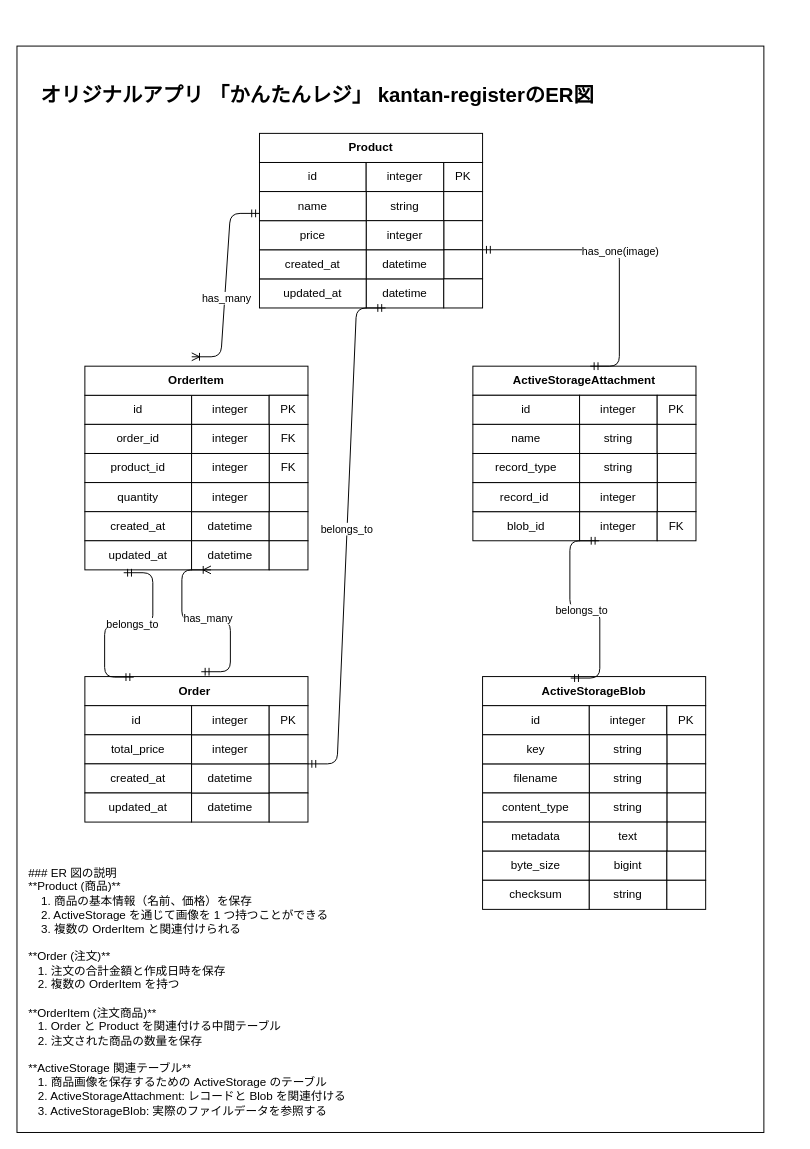
The draw.io diagram kantan-register-er-diagram.dio in Ykuroyy/kantan-register, before the edit. Source tidied: cells renumbered, new cells numbered last; positions are measured from the earlier drawing's top-left corner, leaving out a move shared by most shapes. Both pictures are drawn from the tidied source at 97%, with x=0, y=0 at pixel (-3, 46).
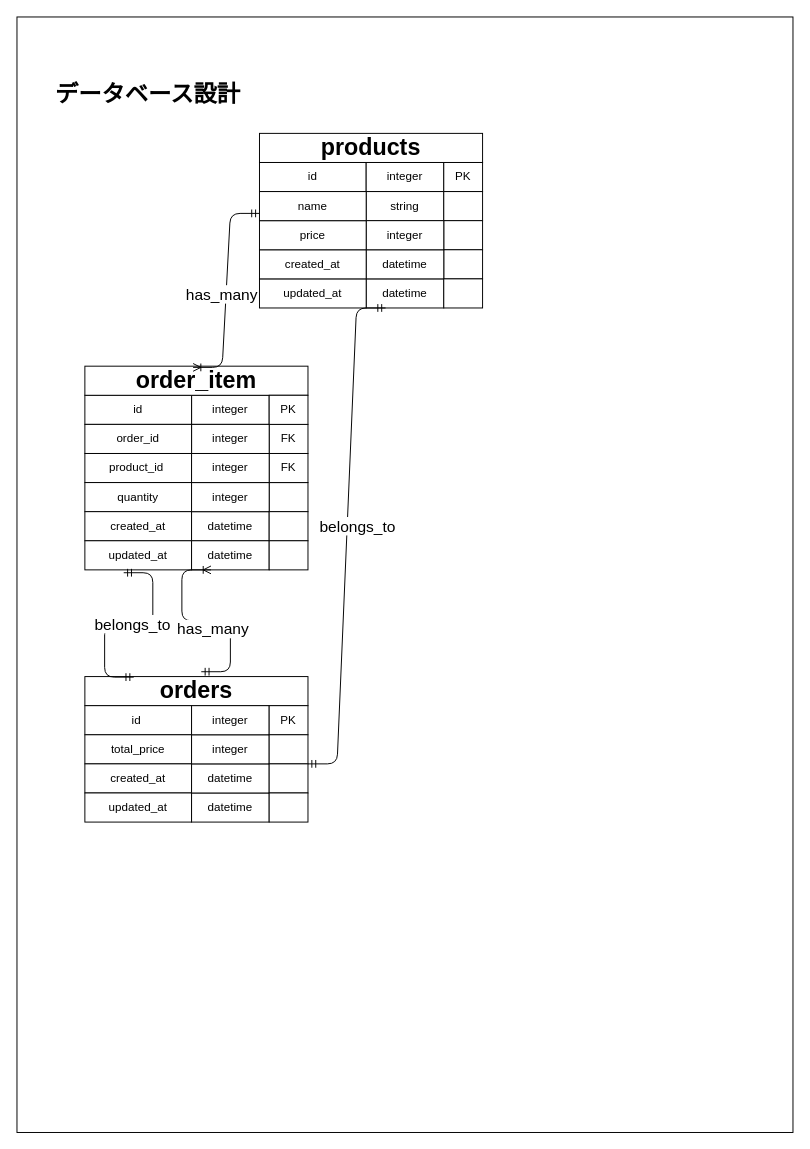
The same page after the edit.

The change refers to these unchanged cells:
```xml
<mxCell id="11" style="whiteSpace=wrap;html=1;align=center;direction=south;" parent="1" vertex="1">
  <mxGeometry x="460" y="180" width="40" height="30" as="geometry" />
</mxCell>
<mxCell id="20" value="name" style="whiteSpace=wrap;html=1;align=center;direction=south;" parent="1" vertex="1">
  <mxGeometry x="270" y="150" width="110" height="30" as="geometry" />
</mxCell>
<mxCell id="93" style="edgeStyle=entityRelationEdgeStyle;fontSize=12;html=1;endArrow=ERoneToMany;startArrow=ERmandOne;entryX=1;entryY=0.75;entryDx=0;entryDy=0;" parent="1" edge="1" target="82">
  <mxGeometry relative="1" as="geometry">
    <mxPoint x="210" y="645" as="sourcePoint" />
    <Array as="points">
      <mxPoint x="210" y="620" />
      <mxPoint x="200" y="620" />
    </Array>
  </mxGeometry>
</mxCell>
<mxCell id="99" style="edgeStyle=entityRelationEdgeStyle;fontSize=12;html=1;endArrow=ERmandOne;startArrow=ERmandOne;exitX=0.019;exitY=0.781;exitDx=0;exitDy=0;exitPerimeter=0;entryX=1.098;entryY=0.636;entryDx=0;entryDy=0;entryPerimeter=0;" parent="1" edge="1" source="50" target="81">
  <mxGeometry relative="1" as="geometry">
    <Array as="points">
      <mxPoint x="400" y="668" />
      <mxPoint x="30" y="698" />
    </Array>
  </mxGeometry>
</mxCell>
<mxCell id="101" style="edgeStyle=entityRelationEdgeStyle;fontSize=12;html=1;endArrow=ERmandOne;startArrow=ERmandOne;exitX=1;exitY=0;exitDx=0;exitDy=0;entryX=1;entryY=0.75;entryDx=0;entryDy=0;" parent="1" edge="1" source="60" target="13">
  <mxGeometry relative="1" as="geometry">
    <Array as="points">
      <mxPoint x="410" y="678" />
      <mxPoint x="380" y="550" />
      <mxPoint x="50" y="440" />
      <mxPoint x="70" y="690" />
      <mxPoint x="40" y="708" />
      <mxPoint x="40" y="553" />
    </Array>
  </mxGeometry>
</mxCell>
```

What changed in the source:
```diff
@@
     <mxCell id="2" style="rounded=0;whiteSpace=wrap;html=1;" parent="1" vertex="1">
-      <mxGeometry x="20" width="770" height="1120" as="geometry" />
+      <mxGeometry x="20" y="-30" width="800" height="1150" as="geometry" />
     </mxCell>
-    <mxCell id="3" value="&lt;b&gt;&lt;font style=&quot;font-size: 21px;&quot;&gt;オリジナルアプリ 「かんたんレジ」 kantan-registerのER図&lt;/font&gt;&lt;/b&gt;" style="rounded=0;whiteSpace=wrap;html=1;strokeColor=none;" parent="1" vertex="1">
-      <mxGeometry x="40" y="20" width="580" height="60" as="geometry" />
+    <mxCell id="3" value="&lt;b&gt;&lt;font&gt;データベース設計&lt;/font&gt;&lt;/b&gt;" style="rounded=0;whiteSpace=wrap;html=1;strokeColor=none;fontSize=24;" parent="1" vertex="1">
+      <mxGeometry x="40" y="20" width="230" height="60" as="geometry" />
     </mxCell>
@@
-    <mxCell id="5" value="Product" style="whiteSpace=wrap;html=1;align=center;direction=south;fontStyle=1;" parent="1" vertex="1">
+    <mxCell id="5" value="products" style="whiteSpace=wrap;html=1;align=center;direction=south;fontStyle=1;fontSize=24;" parent="1" vertex="1">
       <mxGeometry x="270" y="90" width="230" height="30" as="geometry" />
     </mxCell>
@@
-    <mxCell id="21" value="ActiveStorageAttachment" style="whiteSpace=wrap;html=1;align=center;direction=south;fontStyle=1;" parent="1" vertex="1">
-      <mxGeometry x="490" y="330" width="230" height="30" as="geometry" />
-    </mxCell>
-    <mxCell id="22" value="id" style="whiteSpace=wrap;html=1;align=center;direction=south;" parent="1" vertex="1">
-      <mxGeometry x="490" y="360" width="110" height="30" as="geometry" />
-    </mxCell>
-    <mxCell id="23" value="integer" style="whiteSpace=wrap;html=1;align=center;direction=south;" parent="1" vertex="1">
-      <mxGeometry x="600" y="360" width="80" height="30" as="geometry" />
-    </mxCell>
-    <mxCell id="24" value="PK" style="whiteSpace=wrap;html=1;align=center;direction=south;" parent="1" vertex="1">
-      <mxGeometry x="680" y="360" width="40" height="30" as="geometry" />
-    </mxCell>
-    <mxCell id="25" value="string" style="whiteSpace=wrap;html=1;align=center;direction=south;" parent="1" vertex="1">
-      <mxGeometry x="600" y="390" width="80" height="30" as="geometry" />
-    </mxCell>
-    <mxCell id="26" style="whiteSpace=wrap;html=1;align=center;direction=south;" parent="1" vertex="1">
-      <mxGeometry x="680" y="390" width="40" height="30" as="geometry" />
-    </mxCell>
-    <mxCell id="27" style="whiteSpace=wrap;html=1;align=center;direction=south;" parent="1" vertex="1">
-      <mxGeometry x="680" y="420" width="40" height="30" as="geometry" />
-    </mxCell>
-    <mxCell id="28" style="whiteSpace=wrap;html=1;align=center;direction=south;" parent="1" vertex="1">
-      <mxGeometry x="680" y="450" width="40" height="30" as="geometry" />
-    </mxCell>
-    <mxCell id="29" value="integer" style="whiteSpace=wrap;html=1;align=center;direction=south;" parent="1" vertex="1">
-      <mxGeometry x="600" y="480" width="80" height="30" as="geometry" />
-    </mxCell>
-    <mxCell id="30" value="integer" style="whiteSpace=wrap;html=1;align=center;direction=south;" parent="1" vertex="1">
-      <mxGeometry x="600" y="450" width="80" height="30" as="geometry" />
-    </mxCell>
-    <mxCell id="31" value="string" style="whiteSpace=wrap;html=1;align=center;direction=south;" parent="1" vertex="1">
-      <mxGeometry x="600" y="420" width="80" height="30" as="geometry" />
-    </mxCell>
-    <mxCell id="32" value="blob_id" style="whiteSpace=wrap;html=1;align=center;direction=south;" parent="1" vertex="1">
-      <mxGeometry x="490" y="480" width="110" height="30" as="geometry" />
-    </mxCell>
-    <mxCell id="33" value="record_id&amp;nbsp;" style="whiteSpace=wrap;html=1;align=center;direction=south;" parent="1" vertex="1">
-      <mxGeometry x="490" y="450" width="110" height="30" as="geometry" />
-    </mxCell>
-    <mxCell id="34" value="record_type" style="whiteSpace=wrap;html=1;align=center;direction=south;" parent="1" vertex="1">
-      <mxGeometry x="490" y="420" width="110" height="30" as="geometry" />
-    </mxCell>
-    <mxCell id="35" value="name" style="whiteSpace=wrap;html=1;align=center;direction=south;" parent="1" vertex="1">
-      <mxGeometry x="490" y="390" width="110" height="30" as="geometry" />
-    </mxCell>
@@
-    <mxCell id="38" value="OrderItem" style="whiteSpace=wrap;html=1;align=center;direction=south;fontStyle=1;" parent="1" vertex="1">
+    <mxCell id="38" value="order_item" style="whiteSpace=wrap;html=1;align=center;direction=south;fontStyle=1;fontSize=24;" parent="1" vertex="1">
       <mxGeometry x="90" y="330" width="230" height="30" as="geometry" />
     </mxCell>
@@
-    <mxCell id="43" value="product_id" style="whiteSpace=wrap;html=1;align=center;direction=south;" parent="1" vertex="1">
+    <mxCell id="43" value="product_id&amp;nbsp;" style="whiteSpace=wrap;html=1;align=center;direction=south;" parent="1" vertex="1">
       <mxGeometry x="90" y="420" width="110" height="30" as="geometry" />
     </mxCell>
@@
-    <mxCell id="50" value="Order&amp;nbsp;" style="whiteSpace=wrap;html=1;align=center;direction=south;fontStyle=1;" parent="1" vertex="1">
+    <mxCell id="50" value="orders" style="whiteSpace=wrap;html=1;align=center;direction=south;fontStyle=1;fontSize=24;" parent="1" vertex="1">
       <mxGeometry x="90" y="650" width="230" height="30" as="geometry" />
     </mxCell>
@@
-    <mxCell id="63" value="FK" style="whiteSpace=wrap;html=1;align=center;direction=south;" parent="1" vertex="1">
-      <mxGeometry x="680" y="480" width="40" height="30" as="geometry" />
-    </mxCell>
-    <mxCell id="64" value="ActiveStorageBlob" style="whiteSpace=wrap;html=1;align=center;direction=south;fontStyle=1;" parent="1" vertex="1">
-      <mxGeometry x="500" y="650" width="230" height="30" as="geometry" />
-    </mxCell>
-    <mxCell id="65" value="id" style="whiteSpace=wrap;html=1;align=center;direction=south;" parent="1" vertex="1">
-      <mxGeometry x="500" y="680" width="110" height="30" as="geometry" />
-    </mxCell>
-    <mxCell id="66" value="integer" style="whiteSpace=wrap;html=1;align=center;direction=south;" parent="1" vertex="1">
-      <mxGeometry x="610" y="680" width="80" height="30" as="geometry" />
-    </mxCell>
-    <mxCell id="67" value="PK" style="whiteSpace=wrap;html=1;align=center;direction=south;" parent="1" vertex="1">
-      <mxGeometry x="690" y="680" width="40" height="30" as="geometry" />
-    </mxCell>
-    <mxCell id="68" style="whiteSpace=wrap;html=1;align=center;direction=south;" parent="1" vertex="1">
-      <mxGeometry x="690" y="710" width="40" height="30" as="geometry" />
-    </mxCell>
-    <mxCell id="69" style="whiteSpace=wrap;html=1;align=center;direction=south;" parent="1" vertex="1">
-      <mxGeometry x="690" y="740" width="40" height="30" as="geometry" />
-    </mxCell>
-    <mxCell id="70" style="whiteSpace=wrap;html=1;align=center;direction=south;" parent="1" vertex="1">
-      <mxGeometry x="690" y="770" width="40" height="30" as="geometry" />
-    </mxCell>
-    <mxCell id="71" style="whiteSpace=wrap;html=1;align=center;direction=south;" parent="1" vertex="1">
-      <mxGeometry x="690" y="800" width="40" height="30" as="geometry" />
-    </mxCell>
-    <mxCell id="72" value="string" style="whiteSpace=wrap;html=1;align=center;direction=south;" parent="1" vertex="1">
-      <mxGeometry x="610" y="710" width="80" height="30" as="geometry" />
-    </mxCell>
-    <mxCell id="73" value="string" style="whiteSpace=wrap;html=1;align=center;direction=south;" parent="1" vertex="1">
-      <mxGeometry x="610" y="740" width="80" height="30" as="geometry" />
-    </mxCell>
-    <mxCell id="74" value="string" style="whiteSpace=wrap;html=1;align=center;direction=south;" parent="1" vertex="1">
-      <mxGeometry x="610" y="770" width="80" height="30" as="geometry" />
-    </mxCell>
-    <mxCell id="75" value="text" style="whiteSpace=wrap;html=1;align=center;direction=south;" parent="1" vertex="1">
-      <mxGeometry x="610" y="800" width="80" height="30" as="geometry" />
-    </mxCell>
-    <mxCell id="76" value="filename" style="whiteSpace=wrap;html=1;align=center;direction=south;" parent="1" vertex="1">
-      <mxGeometry x="500" y="740" width="110" height="30" as="geometry" />
-    </mxCell>
-    <mxCell id="77" value="key" style="whiteSpace=wrap;html=1;align=center;direction=south;" parent="1" vertex="1">
-      <mxGeometry x="500" y="710" width="110" height="30" as="geometry" />
-    </mxCell>
-    <mxCell id="78" value="content_type" style="whiteSpace=wrap;html=1;align=center;direction=south;" parent="1" vertex="1">
-      <mxGeometry x="500" y="770" width="110" height="30" as="geometry" />
-    </mxCell>
-    <mxCell id="79" value="metadata" style="whiteSpace=wrap;html=1;align=center;direction=south;" parent="1" vertex="1">
-      <mxGeometry x="500" y="800" width="110" height="30" as="geometry" />
-    </mxCell>
@@
-    <mxCell id="84" value="byte_size" style="whiteSpace=wrap;html=1;align=center;direction=south;" parent="1" vertex="1">
-      <mxGeometry x="500" y="830" width="110" height="30" as="geometry" />
-    </mxCell>
-    <mxCell id="85" value="checksum" style="whiteSpace=wrap;html=1;align=center;direction=south;" parent="1" vertex="1">
-      <mxGeometry x="500" y="860" width="110" height="30" as="geometry" />
-    </mxCell>
-    <mxCell id="86" value="bigint" style="whiteSpace=wrap;html=1;align=center;direction=south;" parent="1" vertex="1">
-      <mxGeometry x="610" y="830" width="80" height="30" as="geometry" />
-    </mxCell>
-    <mxCell id="87" value="string" style="whiteSpace=wrap;html=1;align=center;direction=south;" parent="1" vertex="1">
-      <mxGeometry x="610" y="860" width="80" height="30" as="geometry" />
-    </mxCell>
-    <mxCell id="88" style="whiteSpace=wrap;html=1;align=center;direction=south;" parent="1" vertex="1">
-      <mxGeometry x="690" y="830" width="40" height="30" as="geometry" />
-    </mxCell>
-    <mxCell id="89" style="whiteSpace=wrap;html=1;align=center;direction=south;" parent="1" vertex="1">
-      <mxGeometry x="690" y="860" width="40" height="30" as="geometry" />
-    </mxCell>
-    <mxCell id="90" value="&lt;div&gt;&lt;font color=&quot;#000000&quot;&gt;### ER 図の説明&lt;/font&gt;&lt;/div&gt;&lt;div&gt;&lt;font color=&quot;#000000&quot;&gt;**Product (商品)**&lt;/font&gt;&lt;/div&gt;&lt;div&gt;&lt;span style=&quot;background-color: transparent;&quot;&gt;&amp;nbsp; &amp;nbsp; 1. 商品の基本情報（名前、価格）を保存&lt;/span&gt;&lt;/div&gt;&lt;div&gt;&lt;font color=&quot;#000000&quot;&gt;&amp;nbsp; &amp;nbsp; 2. ActiveStorage を通じて画像を 1 つ持つことができる&lt;/font&gt;&lt;/div&gt;&lt;div&gt;&lt;font color=&quot;#000000&quot;&gt;&amp;nbsp; &amp;nbsp; 3. 複数の OrderItem と関連付けられる&lt;/font&gt;&lt;/div&gt;&lt;div&gt;&lt;span style=&quot;background-color: transparent;&quot;&gt;&lt;br&gt;&lt;/span&gt;&lt;/div&gt;&lt;div&gt;&lt;span style=&quot;background-color: transparent;&quot;&gt;**Order (注文)**&lt;/span&gt;&lt;/div&gt;&lt;div&gt;&lt;span style=&quot;background-color: transparent;&quot;&gt;&amp;nbsp; &amp;nbsp;1. 注文の合計金額と作成日時を保存&lt;/span&gt;&lt;/div&gt;&lt;div&gt;&lt;font color=&quot;#000000&quot;&gt;&amp;nbsp; &amp;nbsp;2. 複数の OrderItem を持つ&lt;/font&gt;&lt;/div&gt;&lt;div&gt;&lt;span style=&quot;background-color: transparent;&quot;&gt;&lt;br&gt;&lt;/span&gt;&lt;/div&gt;&lt;div&gt;&lt;span style=&quot;background-color: transparent;&quot;&gt;**OrderItem (注文商品)**&lt;/span&gt;&lt;/div&gt;&lt;div&gt;&lt;span style=&quot;background-color: transparent;&quot;&gt;&amp;nbsp; &amp;nbsp;1. Order と Product を関連付ける中間テーブル&lt;/span&gt;&lt;/div&gt;&lt;div&gt;&lt;font color=&quot;#000000&quot;&gt;&amp;nbsp; &amp;nbsp;2. 注文された商品の数量を保存&lt;/font&gt;&lt;/div&gt;&lt;div&gt;&lt;font color=&quot;#000000&quot;&gt;&lt;br&gt;&lt;/font&gt;&lt;/div&gt;&lt;div&gt;&lt;span style=&quot;background-color: transparent;&quot;&gt;**ActiveStorage 関連テーブル**&lt;/span&gt;&lt;/div&gt;&lt;div&gt;&lt;span style=&quot;background-color: transparent;&quot;&gt;&amp;nbsp; &amp;nbsp;1. 商品画像を保存するための ActiveStorage のテーブル&lt;/span&gt;&lt;/div&gt;&lt;div&gt;&lt;font color=&quot;#000000&quot;&gt;&amp;nbsp; &amp;nbsp;2. ActiveStorageAttachment: レコードと Blob を関連付ける&lt;/font&gt;&lt;/div&gt;&lt;div&gt;&lt;font color=&quot;#000000&quot;&gt;&amp;nbsp; &amp;nbsp;3. ActiveStorageBlob: 実際のファイルデータを参照する&lt;/font&gt;&lt;/div&gt;" style="rounded=0;whiteSpace=wrap;html=1;fontStyle=0;align=left;strokeColor=none;" parent="1" vertex="1">
-      <mxGeometry x="30" y="840" width="430" height="270" as="geometry" />
-    </mxCell>
-    <mxCell id="91" style="edgeStyle=entityRelationEdgeStyle;fontSize=12;html=1;endArrow=ERoneToMany;startArrow=ERmandOne;entryX=0.234;entryY=0.286;entryDx=0;entryDy=0;entryPerimeter=0;exitX=0.75;exitY=1;exitDx=0;exitDy=0;" parent="1" edge="1" source="20" target="2">
+    <mxCell id="91" style="edgeStyle=entityRelationEdgeStyle;fontSize=12;html=1;endArrow=ERoneToMany;startArrow=ERmandOne;entryX=0.042;entryY=0.515;entryDx=0;entryDy=0;entryPerimeter=0;exitX=0.75;exitY=1;exitDx=0;exitDy=0;" parent="1" edge="1" source="20" target="38">
       <mxGeometry relative="1" as="geometry">
         <Array as="points">
           <mxPoint y="150" />
+          <mxPoint x="220" y="330" />
+          <mxPoint x="220" y="330" />
+          <mxPoint x="220" y="340" />
         </Array>
       </mxGeometry>
     </mxCell>
-    <mxCell id="92" value="has_many" style="edgeLabel;html=1;align=center;verticalAlign=middle;" parent="91" vertex="1">
-      <mxGeometry x="0.12" y="1" relative="1" as="geometry" />
+    <mxCell id="92" value="has_many" style="edgeLabel;html=1;align=center;verticalAlign=middle;fontSize=16;" parent="91" vertex="1">
+      <mxGeometry x="0.12" y="1" relative="1" as="geometry">
+        <mxPoint x="-6" y="-10" as="offset" />
+      </mxGeometry>
     </mxCell>
@@
-    <mxCell id="94" value="has_many" style="edgeLabel;html=1;align=center;verticalAlign=middle;" parent="93" vertex="1">
-      <mxGeometry x="-0.01" y="-3" relative="1" as="geometry" />
+    <mxCell id="94" value="has_many" style="edgeLabel;html=1;align=center;verticalAlign=middle;fontSize=16;" parent="93" vertex="1">
+      <mxGeometry x="-0.01" y="-3" relative="1" as="geometry">
+        <mxPoint x="5" y="11" as="offset" />
+      </mxGeometry>
     </mxCell>
-    <mxCell id="95" style="edgeStyle=entityRelationEdgeStyle;fontSize=12;html=1;endArrow=ERmandOne;startArrow=ERmandOne;exitX=0.051;exitY=0.605;exitDx=0;exitDy=0;exitPerimeter=0;" parent="1" edge="1" source="64">
-      <mxGeometry relative="1" as="geometry">
-        <mxPoint x="620" y="510" as="targetPoint" />
-        <Array as="points">
-          <mxPoint x="660" y="610" />
-        </Array>
-      </mxGeometry>
-    </mxCell>
-    <mxCell id="96" value="belongs_to" style="edgeLabel;html=1;align=center;verticalAlign=middle;" parent="95" vertex="1">
-      <mxGeometry x="0.03" y="1" relative="1" as="geometry" />
-    </mxCell>
-    <mxCell id="97" style="edgeStyle=entityRelationEdgeStyle;fontSize=12;html=1;endArrow=ERmandOne;startArrow=ERmandOne;exitX=0.051;exitY=0.605;exitDx=0;exitDy=0;exitPerimeter=0;entryX=1;entryY=0;entryDx=0;entryDy=0;" parent="1" edge="1" target="11">
-      <mxGeometry relative="1" as="geometry">
-        <mxPoint x="611" y="330" as="sourcePoint" />
-        <Array as="points">
-          <mxPoint x="680" y="288" />
-        </Array>
-      </mxGeometry>
-    </mxCell>
-    <mxCell id="98" value="has_one(image)" style="edgeLabel;html=1;align=center;verticalAlign=middle;" parent="97" vertex="1">
-      <mxGeometry x="0.03" y="1" relative="1" as="geometry" />
-    </mxCell>
@@
-    <mxCell id="100" value="belongs_to" style="edgeLabel;html=1;align=center;verticalAlign=middle;" parent="99" vertex="1">
+    <mxCell id="100" value="belongs_to" style="edgeLabel;html=1;align=center;verticalAlign=middle;fontSize=16;" parent="99" vertex="1">
       <mxGeometry x="0.03" y="1" relative="1" as="geometry" />
     </mxCell>
@@
-    <mxCell id="102" value="belongs_to" style="edgeLabel;html=1;align=center;verticalAlign=middle;" parent="101" vertex="1">
-      <mxGeometry x="0.03" y="1" relative="1" as="geometry" />
+    <mxCell id="102" value="belongs_to" style="edgeLabel;html=1;align=center;verticalAlign=middle;fontSize=16;" parent="101" vertex="1">
+      <mxGeometry x="0.03" y="1" relative="1" as="geometry">
+        <mxPoint x="11" y="-3" as="offset" />
+      </mxGeometry>
     </mxCell>
```
